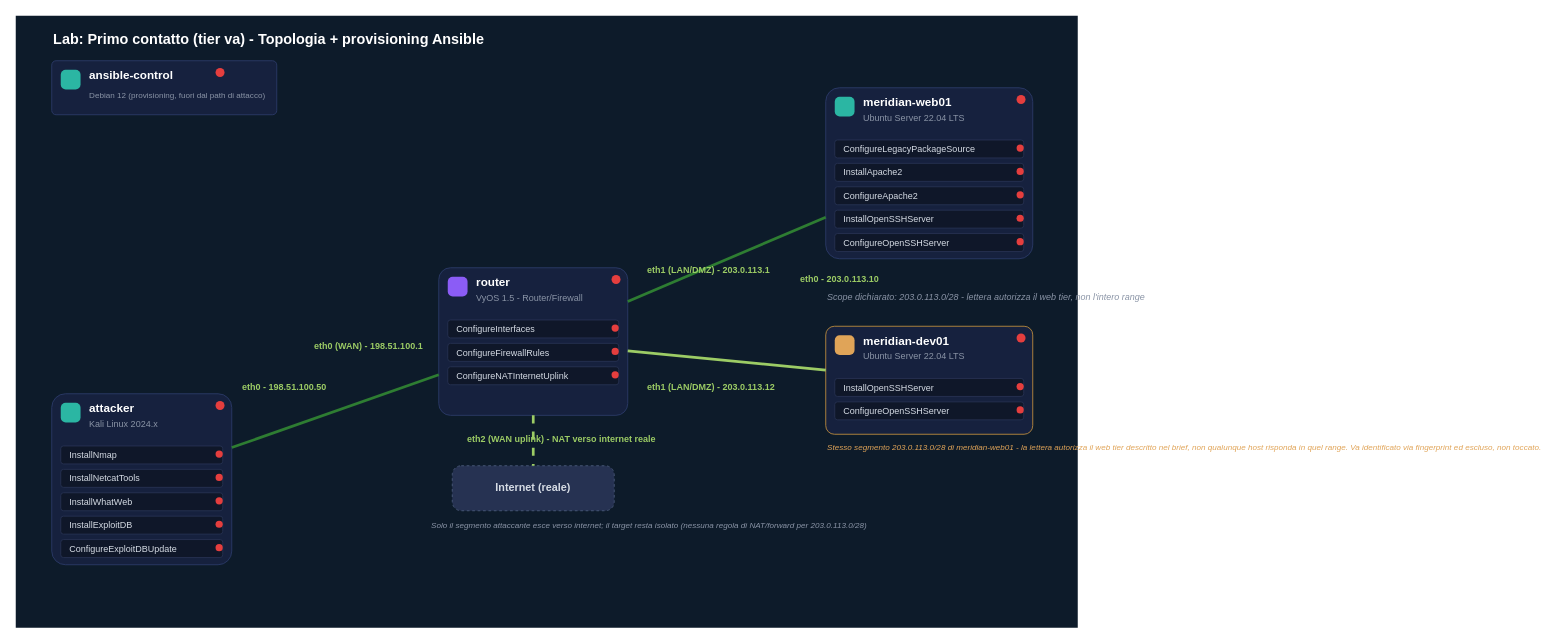
The draw.io diagram docs/labs/first-contact/first-contact-topology.drawio in leoleo1010/CPPT, before the edit. Source tidied: cells renumbered, new cells numbered last; positions are measured from the earlier drawing's top-left corner, leaving out a move shared by most shapes. Both pictures are drawn from the tidied source at 90%, with x=0, y=0 at pixel (15, 15).
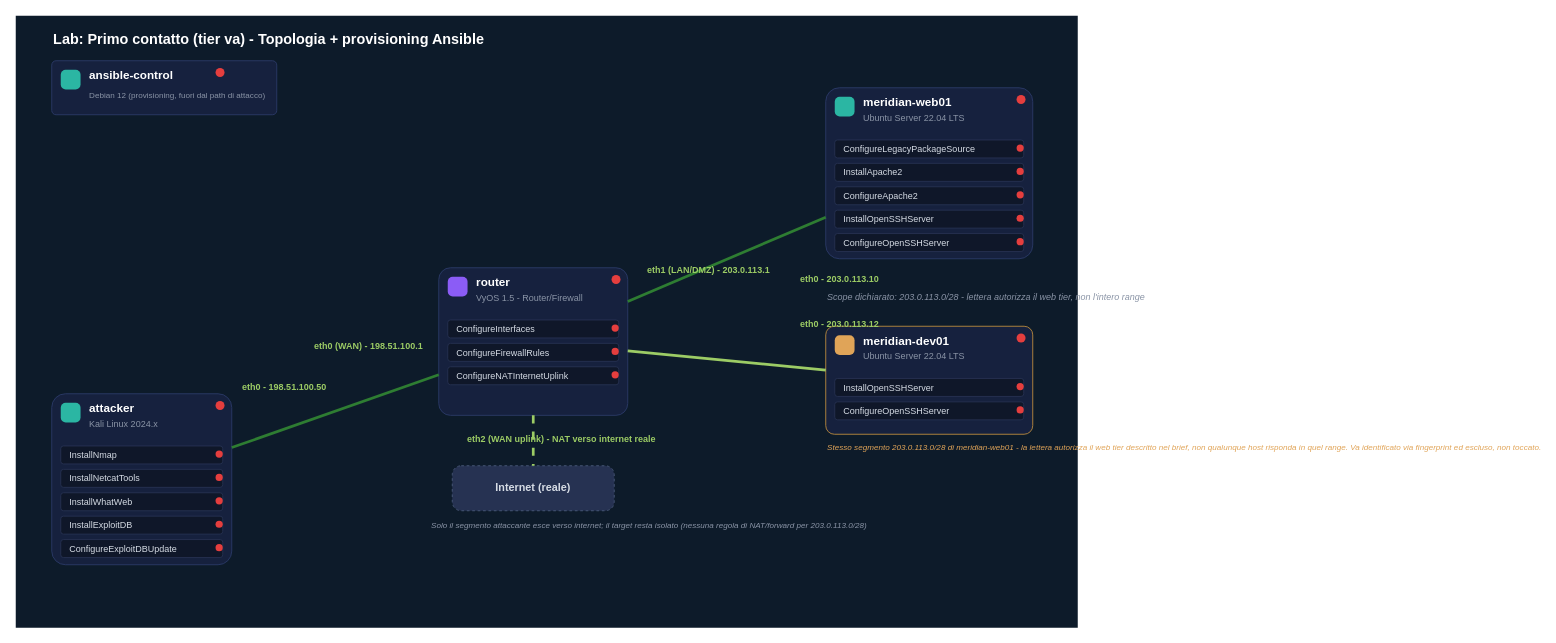
The same page after the edit.

Commit message (it also covers changes not shown here):
Fix mislabeled dev01 interface in First Contact topology

The edge into meridian-dev01 still read "eth1 (LAN/DMZ) - 203.0.113.12",
left over from when dev01 sat on its own router sub-interface. Now that
it shares the same /28 as meridian-web01 behind the router's single
eth1 (.1), that label wrongly implied the router had a second eth1 at
.12. Relabelled it "eth0 - 203.0.113.12" to match web01's own
"eth0 - 203.0.113.10" convention - .12 is dev01's own NIC, not a
router interface.

What changed in the source:
```diff
@@
-    <mxCell id="71" value="eth1 (LAN/DMZ) - 203.0.113.12" style="text;html=1;fontSize=10;fontColor=#9CCC65;fontStyle=1;" parent="1" vertex="1">
-      <mxGeometry x="700" y="400" width="200" height="18" as="geometry" />
+    <mxCell id="71" value="eth0 - 203.0.113.12" style="text;html=1;fontSize=10;fontColor=#9CCC65;fontStyle=1;" parent="1" vertex="1">
+      <mxGeometry x="870" y="330" width="180" height="18" as="geometry" />
     </mxCell>
```
